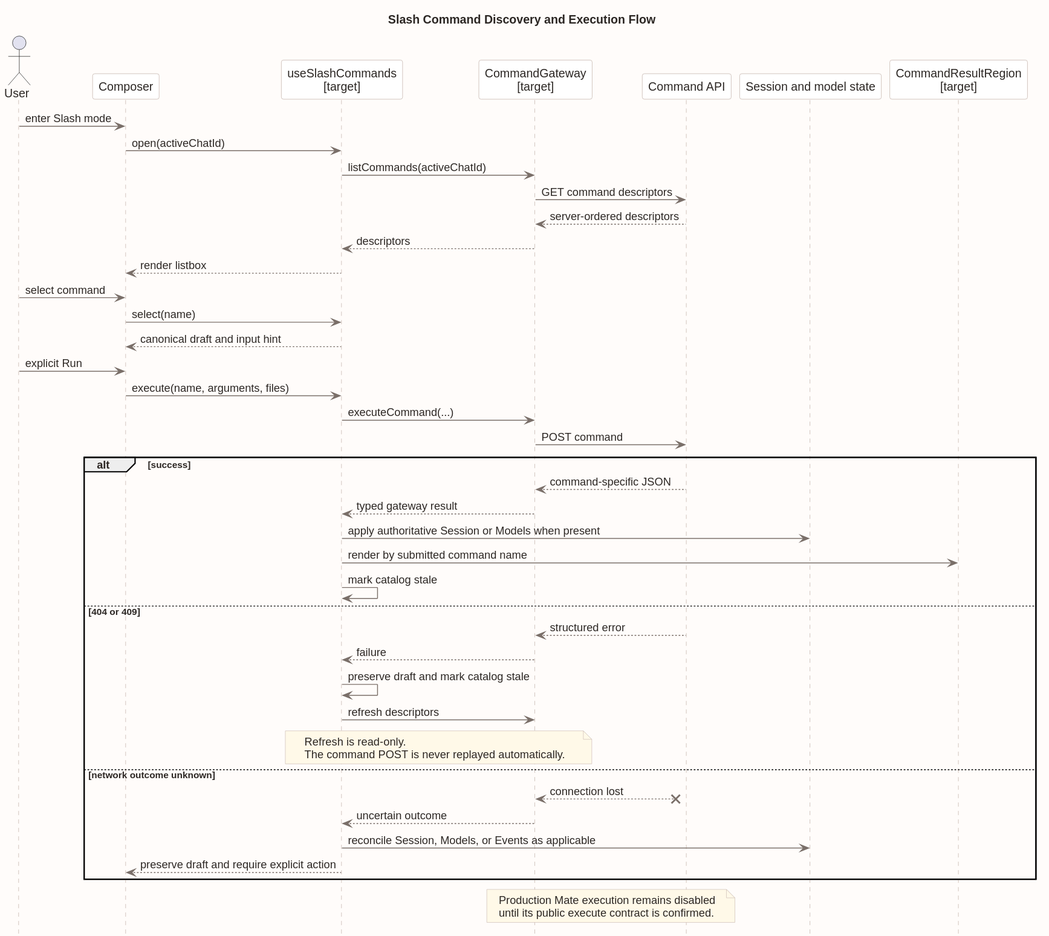
Earlier version of the PlantUML export 04-命令与技能/00-Slash-Command通用模块/前端设计/slash_command_execution_flow.svg (ssm0808/pi-mono-java-design). The source it was exported from:
```plantuml
@startuml
title Slash Command Discovery and Execution Flow


skinparam backgroundColor #FFFCFA
skinparam shadowing false
skinparam defaultFontName Arial
skinparam defaultFontColor #2C2724
skinparam ArrowColor #7A6F69
skinparam participantBorderColor #BFAEA5
skinparam participantBackgroundColor #FFFFFF
skinparam sequenceLifeLineBorderColor #BFAEA5
skinparam sequenceLifeLineBackgroundColor #F8F3F0
skinparam noteBorderColor #CDBEB6
skinparam noteBackgroundColor #FFF9E8
hide footbox

actor User
participant "Composer" as Composer
participant "useSlashCommands\n[target]" as Slash
participant "CommandGateway\n[target]" as Gateway
participant "Command API" as Api
participant "Session and model state" as State
participant "CommandResultRegion\n[target]" as Result

User -> Composer : enter Slash mode
Composer -> Slash : open(activeChatId)
Slash -> Gateway : listCommands(activeChatId)
Gateway -> Api : GET command descriptors
Api --> Gateway : server-ordered descriptors
Gateway --> Slash : descriptors
Slash --> Composer : render listbox

User -> Composer : select command
Composer -> Slash : select(name)
Slash --> Composer : canonical draft and input hint
User -> Composer : explicit Run
Composer -> Slash : execute(name, arguments, files)
Slash -> Gateway : executeCommand(...)
Gateway -> Api : POST command

alt success
  Api --> Gateway : command-specific JSON
  Gateway --> Slash : typed gateway result
  Slash -> State : apply authoritative Session or Models when present
  Slash -> Result : render by submitted command name
  Slash -> Slash : mark catalog stale
else 404 or 409
  Api --> Gateway : structured error
  Gateway --> Slash : failure
  Slash -> Slash : preserve draft and mark catalog stale
  Slash -> Gateway : refresh descriptors
  note over Slash,Gateway
    Refresh is read-only.
    The command POST is never replayed automatically.
  end note
else network outcome unknown
  Api x-- Gateway : connection lost
  Gateway --> Slash : uncertain outcome
  Slash -> State : reconcile Session, Models, or Events as applicable
  Slash --> Composer : preserve draft and require explicit action
end

note over Gateway,Api
  Production Mate execution remains disabled
  until its public execute contract is confirmed.
end note
@enduml
```
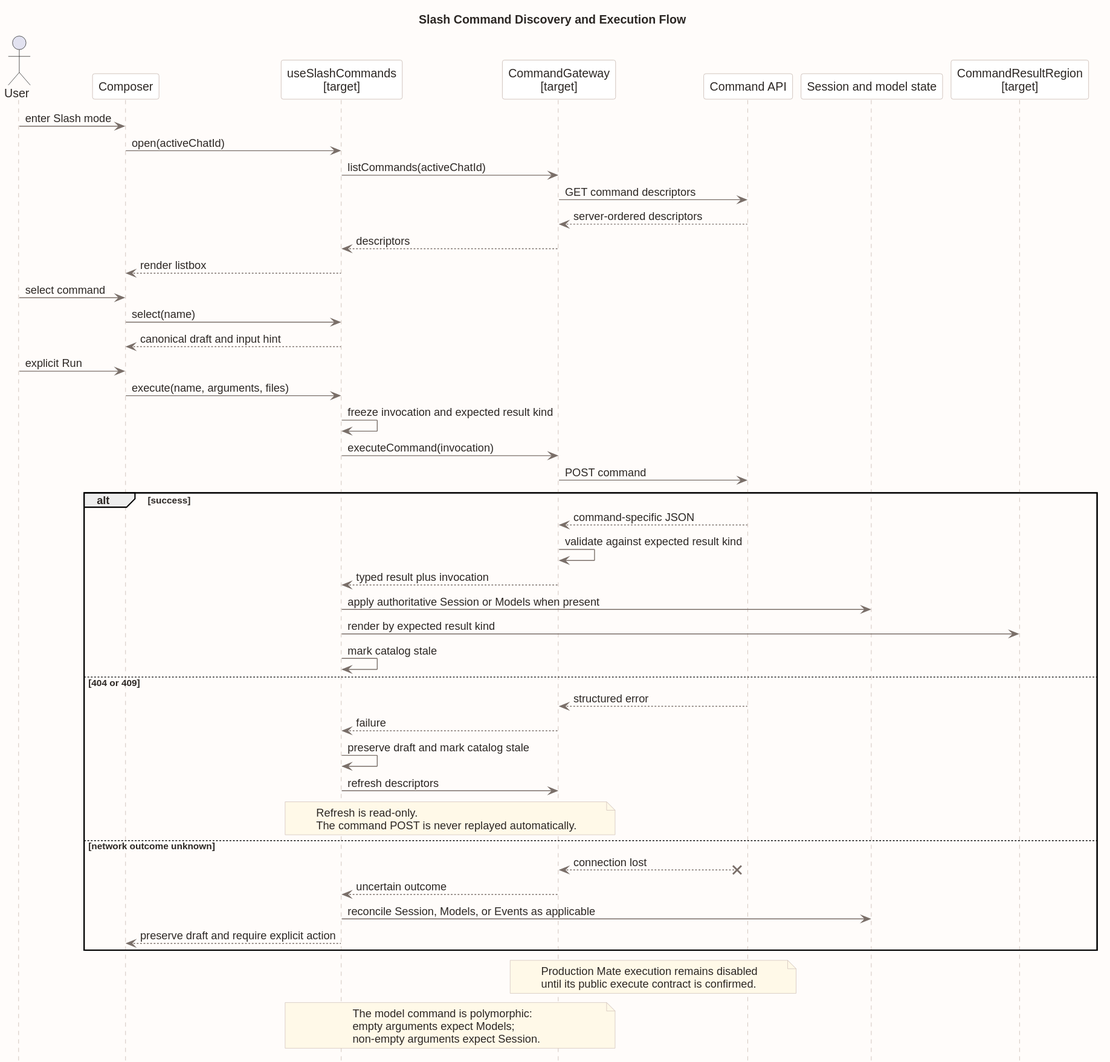
The same file after the commit.

Commit message:
docs(command): 补充前端响应判别设计

Diff of the diagram source:
```diff
@@ -36,14 +36,16 @@
 Slash --> Composer : canonical draft and input hint
 User -> Composer : explicit Run
 Composer -> Slash : execute(name, arguments, files)
-Slash -> Gateway : executeCommand(...)
+Slash -> Slash : freeze invocation and expected result kind
+Slash -> Gateway : executeCommand(invocation)
 Gateway -> Api : POST command
 
 alt success
   Api --> Gateway : command-specific JSON
-  Gateway --> Slash : typed gateway result
+  Gateway -> Gateway : validate against expected result kind
+  Gateway --> Slash : typed result plus invocation
   Slash -> State : apply authoritative Session or Models when present
-  Slash -> Result : render by submitted command name
+  Slash -> Result : render by expected result kind
   Slash -> Slash : mark catalog stale
 else 404 or 409
   Api --> Gateway : structured error
@@ -65,4 +67,10 @@
   Production Mate execution remains disabled
   until its public execute contract is confirmed.
 end note
+
+note over Slash,Gateway
+  The model command is polymorphic:
+  empty arguments expect Models;
+  non-empty arguments expect Session.
+end note
 @enduml
```
